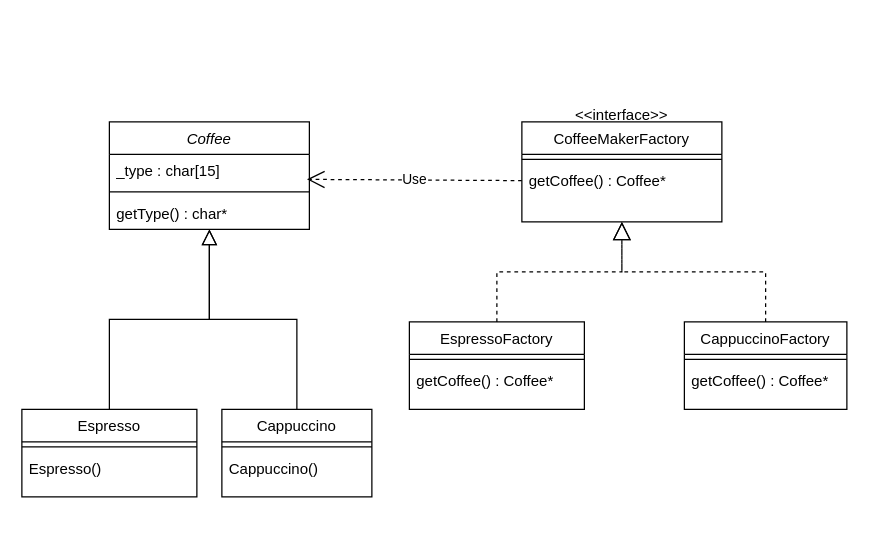
Before: Untitled Diagram.drawio in sachinpalande/Design-Patterns, a draw.io diagram. Source tidied: cells renumbered, new cells numbered last; positions are measured from the earlier drawing's top-left corner, leaving out a move shared by most shapes. Both pictures are drawn from the tidied source at 125%, with x=0, y=0 at pixel (21, 96).
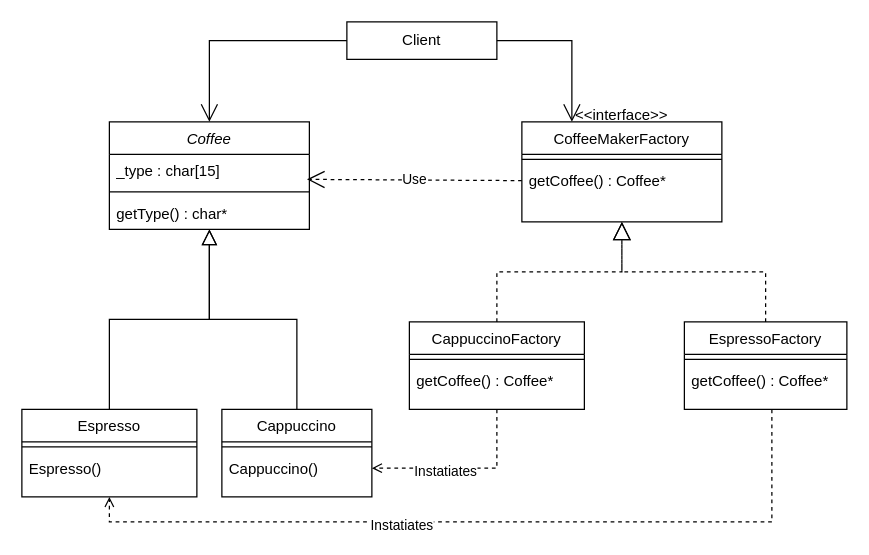
Above is the later version.

Unchanged cells that the change refers to:
```xml
<mxCell id="2" value="Coffee" style="swimlane;fontStyle=2;align=center;verticalAlign=top;horizontal=1;startSize=26;rounded=0;shadow=0;strokeWidth=1;" parent="1" vertex="1">
  <mxGeometry x="70" y="20" width="160" height="86" as="geometry" />
</mxCell>
<mxCell id="6" value="Espresso" style="swimlane;fontStyle=0;align=center;verticalAlign=top;horizontal=1;startSize=26;rounded=0;shadow=0;strokeWidth=1;" parent="1" vertex="1">
  <mxGeometry y="250" width="140" height="70" as="geometry" />
</mxCell>
<mxCell id="12" value="Cappuccino()" style="text;align=left;verticalAlign=top;spacingLeft=4;spacingRight=4;overflow=hidden;points=[[0,0.5],[1,0.5]];portConstraint=eastwest;" parent="10" vertex="1">
  <mxGeometry y="34" width="120" height="26" as="geometry" />
</mxCell>
<mxCell id="14" value="CoffeeMakerFactory" style="swimlane;fontStyle=0;align=center;verticalAlign=top;horizontal=1;startSize=26;rounded=0;shadow=0;strokeWidth=1;" parent="1" vertex="1">
  <mxGeometry x="400" y="20" width="160" height="80" as="geometry" />
</mxCell>
```

Change to the diagram source:
```diff
@@
+    <mxCell id="27" style="edgeStyle=orthogonalEdgeStyle;rounded=0;jettySize=auto;html=1;exitX=0.5;exitY=1;exitDx=0;exitDy=0;entryX=1;entryY=0.5;entryDx=0;entryDy=0;dashed=1;endArrow=open;endFill=0;" parent="1" edge="1" source="17" target="12">
+      <mxGeometry relative="1" as="geometry" />
+    </mxCell>
+    <mxCell id="28" value="Instatiates" style="edgeLabel;html=1;align=center;verticalAlign=middle;" parent="27" vertex="1">
+      <mxGeometry x="0.21" y="2" relative="1" as="geometry" />
+    </mxCell>
-    <mxCell id="17" value="EspressoFactory" style="swimlane;fontStyle=0;align=center;verticalAlign=top;horizontal=1;startSize=26;rounded=0;shadow=0;strokeWidth=1;" parent="1" vertex="1">
+    <mxCell id="17" value="CappuccinoFactory" style="swimlane;fontStyle=0;align=center;verticalAlign=top;horizontal=1;startSize=26;rounded=0;shadow=0;strokeWidth=1;" parent="1" vertex="1">
       <mxGeometry x="310" y="180" width="140" height="70" as="geometry" />
     </mxCell>
@@
-    <mxCell id="20" value="CappuccinoFactory" style="swimlane;fontStyle=0;align=center;verticalAlign=top;horizontal=1;startSize=26;rounded=0;shadow=0;strokeWidth=1;" parent="1" vertex="1">
+    <mxCell id="20" value="EspressoFactory" style="swimlane;fontStyle=0;align=center;verticalAlign=top;horizontal=1;startSize=26;rounded=0;shadow=0;strokeWidth=1;" parent="1" vertex="1">
       <mxGeometry x="530" y="180" width="130" height="70" as="geometry" />
     </mxCell>
@@
+    <mxCell id="29" style="edgeStyle=orthogonalEdgeStyle;rounded=0;jettySize=auto;html=1;dashed=1;endArrow=open;endFill=0;entryX=0.5;entryY=1;entryDx=0;entryDy=0;" parent="1" edge="1" target="6">
+      <mxGeometry relative="1" as="geometry">
+        <mxPoint x="600" y="250" as="sourcePoint" />
+        <Array as="points">
+          <mxPoint x="600" y="340" />
+          <mxPoint x="70" y="340" />
+        </Array>
+      </mxGeometry>
+    </mxCell>
+    <mxCell id="30" value="Instatiates" style="edgeLabel;html=1;align=center;verticalAlign=middle;" parent="29" vertex="1">
+      <mxGeometry x="0.21" y="2" relative="1" as="geometry" />
+    </mxCell>
+    <mxCell id="31" value="Client" style="rounded=0;whiteSpace=wrap;html=1;" parent="1" vertex="1">
+      <mxGeometry x="260" y="-60" width="120" height="30" as="geometry" />
+    </mxCell>
+    <mxCell id="32" style="endArrow=open;endFill=1;endSize=12;html=1;rounded=0;exitX=0;exitY=0.5;exitDx=0;exitDy=0;entryX=0.5;entryY=0;entryDx=0;entryDy=0;" parent="1" edge="1" source="31" target="2">
+      <mxGeometry relative="1" as="geometry">
+        <Array as="points">
+          <mxPoint x="150" y="-45" />
+        </Array>
+      </mxGeometry>
+    </mxCell>
+    <mxCell id="33" style="endArrow=open;endFill=1;endSize=12;html=1;rounded=0;exitX=1;exitY=0.5;exitDx=0;exitDy=0;entryX=0.25;entryY=0;entryDx=0;entryDy=0;" parent="1" edge="1" source="31" target="14">
+      <mxGeometry relative="1" as="geometry">
+        <Array as="points">
+          <mxPoint x="440" y="-45" />
+        </Array>
+      </mxGeometry>
+    </mxCell>
```
